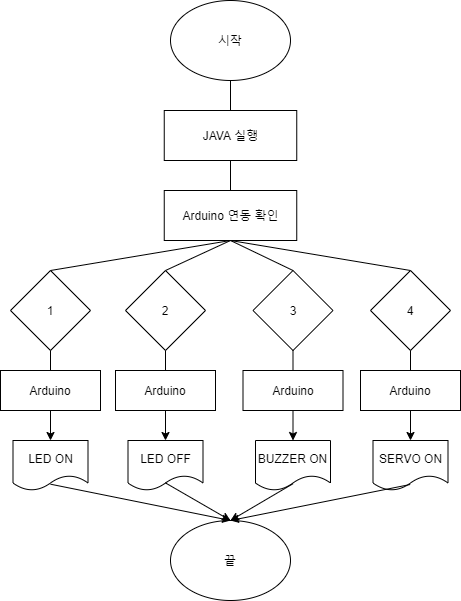
Earlier version of the draw.io export 포트폴리오/Java/Arduino/알고리즘/Untitled Diagram_Arduino.png (galaxy-light/201126-210604). Source tidied: cells renumbered, new cells last; positions are measured from the earlier drawing's top-left corner, leaving out a move shared by most shapes.
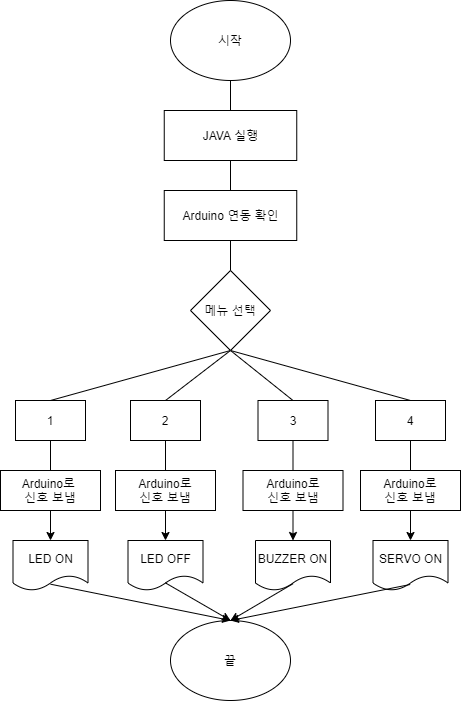
Later version of the same file.

Change to the diagram source:
```diff
@@ -3,26 +3,14 @@
     <mxCell id="0" />
     <mxCell id="1" parent="0" />
     <mxCell id="2" value="시작" style="ellipse;whiteSpace=wrap;html=1;" parent="1" vertex="1">
-      <mxGeometry x="170" width="120" height="80" as="geometry" />
+      <mxGeometry x="170" y="-100" width="120" height="80" as="geometry" />
     </mxCell>
     <mxCell id="3" value="끝" style="ellipse;whiteSpace=wrap;html=1;" parent="1" vertex="1">
       <mxGeometry x="170" y="520" width="120" height="80" as="geometry" />
     </mxCell>
-    <mxCell id="4" value="1" style="rhombus;whiteSpace=wrap;html=1;" parent="1" vertex="1">
-      <mxGeometry x="10" y="270" width="80" height="80" as="geometry" />
-    </mxCell>
     <mxCell id="5" value="&lt;span&gt;Arduino 연동 확인&lt;/span&gt;" style="rounded=0;whiteSpace=wrap;html=1;" parent="1" vertex="1">
-      <mxGeometry x="163.8" y="190" width="132.5" height="50" as="geometry" />
+      <mxGeometry x="163.8" y="90" width="132.5" height="50" as="geometry" />
     </mxCell>
-    <mxCell id="6" value="2" style="rhombus;whiteSpace=wrap;html=1;" parent="1" vertex="1">
-      <mxGeometry x="125" y="270" width="80" height="80" as="geometry" />
-    </mxCell>
-    <mxCell id="7" value="3" style="rhombus;whiteSpace=wrap;html=1;" parent="1" vertex="1">
-      <mxGeometry x="252.5" y="270" width="80" height="80" as="geometry" />
-    </mxCell>
-    <mxCell id="8" value="4" style="rhombus;whiteSpace=wrap;html=1;" parent="1" vertex="1">
-      <mxGeometry x="370" y="270" width="80" height="80" as="geometry" />
-    </mxCell>
     <mxCell id="9" value="&lt;span&gt;LED ON&lt;/span&gt;" style="shape=document;whiteSpace=wrap;html=1;boundedLbl=1;" parent="1" vertex="1">
       <mxGeometry x="12.5" y="440" width="75" height="50" as="geometry" />
     </mxCell>
@@ -38,16 +26,16 @@
     <mxCell id="13" style="endArrow=none;html=1;exitX=0.5;exitY=0;exitDx=0;exitDy=0;entryX=0.5;entryY=1;entryDx=0;entryDy=0;" parent="1" edge="1" source="5" target="30">
       <mxGeometry relative="1" as="geometry" />
     </mxCell>
-    <mxCell id="14" style="endArrow=none;html=1;exitX=0.5;exitY=1;exitDx=0;exitDy=0;entryX=0.5;entryY=0;entryDx=0;entryDy=0;" parent="1" edge="1" source="5" target="4">
+    <mxCell id="14" style="endArrow=none;html=1;entryX=0.5;entryY=0;entryDx=0;entryDy=0;exitX=0.5;exitY=1;exitDx=0;exitDy=0;" parent="1" edge="1" source="36" target="4">
       <mxGeometry relative="1" as="geometry" />
     </mxCell>
-    <mxCell id="15" style="endArrow=none;html=1;entryX=0.5;entryY=0;entryDx=0;entryDy=0;exitX=0.5;exitY=1;exitDx=0;exitDy=0;" parent="1" edge="1" source="5" target="6">
+    <mxCell id="15" style="endArrow=none;html=1;entryX=0.5;entryY=0;entryDx=0;entryDy=0;exitX=0.5;exitY=1;exitDx=0;exitDy=0;" parent="1" edge="1" source="36" target="6">
       <mxGeometry relative="1" as="geometry" />
     </mxCell>
-    <mxCell id="16" style="endArrow=none;html=1;entryX=0.5;entryY=0;entryDx=0;entryDy=0;exitX=0.5;exitY=1;exitDx=0;exitDy=0;" parent="1" edge="1" source="5" target="7">
+    <mxCell id="16" style="endArrow=none;html=1;entryX=0.5;entryY=0;entryDx=0;entryDy=0;exitX=0.5;exitY=1;exitDx=0;exitDy=0;" parent="1" edge="1" source="36" target="7">
       <mxGeometry relative="1" as="geometry" />
     </mxCell>
-    <mxCell id="17" style="endArrow=none;html=1;entryX=0.5;entryY=0;entryDx=0;entryDy=0;exitX=0.5;exitY=1;exitDx=0;exitDy=0;" parent="1" edge="1" source="5" target="8">
+    <mxCell id="17" style="endArrow=none;html=1;entryX=0.5;entryY=1;entryDx=0;entryDy=0;exitX=0.5;exitY=0;exitDx=0;exitDy=0;" parent="1" edge="1" source="8" target="36">
       <mxGeometry relative="1" as="geometry" />
     </mxCell>
     <mxCell id="18" style="endArrow=classic;html=1;entryX=0.5;entryY=0;entryDx=0;entryDy=0;exitX=0.5;exitY=1;exitDx=0;exitDy=0;" parent="1" edge="1" source="29" target="9">
@@ -74,20 +62,20 @@
     <mxCell id="25" style="endArrow=classic;html=1;entryX=0.5;entryY=0;entryDx=0;entryDy=0;exitX=0.496;exitY=0.88;exitDx=0;exitDy=0;exitPerimeter=0;" parent="1" edge="1" source="12" target="3">
       <mxGeometry relative="1" as="geometry" />
     </mxCell>
-    <mxCell id="26" value="Arduino" style="rounded=0;whiteSpace=wrap;html=1;" parent="1" vertex="1">
+    <mxCell id="26" value="Arduino로&lt;br&gt;신호 보냄" style="rounded=0;whiteSpace=wrap;html=1;" parent="1" vertex="1">
       <mxGeometry x="360" y="370" width="100" height="40" as="geometry" />
     </mxCell>
-    <mxCell id="27" value="Arduino" style="rounded=0;whiteSpace=wrap;html=1;" parent="1" vertex="1">
+    <mxCell id="27" value="Arduino로&lt;br&gt;신호 보냄" style="rounded=0;whiteSpace=wrap;html=1;" parent="1" vertex="1">
       <mxGeometry x="242.5" y="370" width="100" height="40" as="geometry" />
     </mxCell>
-    <mxCell id="28" value="Arduino" style="rounded=0;whiteSpace=wrap;html=1;" parent="1" vertex="1">
+    <mxCell id="28" value="Arduino로&lt;br&gt;신호 보냄" style="rounded=0;whiteSpace=wrap;html=1;" parent="1" vertex="1">
       <mxGeometry x="115" y="370" width="100" height="40" as="geometry" />
     </mxCell>
-    <mxCell id="29" value="Arduino" style="rounded=0;whiteSpace=wrap;html=1;" parent="1" vertex="1">
+    <mxCell id="29" value="Arduino로 &lt;br&gt;신호 보냄" style="rounded=0;whiteSpace=wrap;html=1;" parent="1" vertex="1">
       <mxGeometry y="370" width="100" height="40" as="geometry" />
     </mxCell>
     <mxCell id="30" value="JAVA 실행&lt;span style=&quot;color: rgba(0 , 0 , 0 , 0) ; font-family: monospace ; font-size: 0px&quot;&gt;%3CmxGraphModel%3E%3Croot%3E%3CmxCell%20id%3D%220%22%2F%3E%3CmxCell%20id%3D%221%22%20parent%3D%220%22%2F%3E%3CmxCell%20id%3D%222%22%20value%3D%22JAVA%20%EC%BD%94%EB%93%9C%20%EA%B5%AC%ED%98%84%22%20style%3D%22rounded%3D0%3BwhiteSpace%3Dwrap%3Bhtml%3D1%3B%22%20vertex%3D%221%22%20parent%3D%221%22%3E%3CmxGeometry%20x%3D%2267.5%22%20y%3D%22420%22%20width%3D%22175%22%20height%3D%2250%22%20as%3D%22geometry%22%2F%3E%3C%2FmxCell%3E%3C%2Froot%3E%3C%2FmxGraphModel%3E&amp;nbsp;&lt;/span&gt;" style="rounded=0;whiteSpace=wrap;html=1;" parent="1" vertex="1">
-      <mxGeometry x="163.8" y="110" width="132.5" height="50" as="geometry" />
+      <mxGeometry x="163.8" y="10" width="132.5" height="50" as="geometry" />
     </mxCell>
     <mxCell id="31" style="endArrow=none;html=1;exitX=0.5;exitY=0;exitDx=0;exitDy=0;entryX=0.5;entryY=1;entryDx=0;entryDy=0;" parent="1" edge="1" source="30" target="2">
       <mxGeometry relative="1" as="geometry" />
@@ -104,5 +92,23 @@
     <mxCell id="35" style="endArrow=none;html=1;entryX=0.5;entryY=1;entryDx=0;entryDy=0;" parent="1" edge="1" source="26" target="8">
       <mxGeometry relative="1" as="geometry" />
     </mxCell>
+    <mxCell id="36" value="메뉴 선택" style="rhombus;whiteSpace=wrap;html=1;" parent="1" vertex="1">
+      <mxGeometry x="190" y="170" width="80" height="80" as="geometry" />
+    </mxCell>
+    <mxCell id="37" style="endArrow=none;html=1;entryX=0.5;entryY=0;entryDx=0;entryDy=0;exitX=0.5;exitY=1;exitDx=0;exitDy=0;" parent="1" edge="1" source="5" target="36">
+      <mxGeometry relative="1" as="geometry" />
+    </mxCell>
+    <mxCell id="4" value="1" style="rounded=0;whiteSpace=wrap;html=1;" parent="1" vertex="1">
+      <mxGeometry x="15" y="300" width="70" height="40" as="geometry" />
+    </mxCell>
+    <mxCell id="6" value="2" style="rounded=0;whiteSpace=wrap;html=1;" parent="1" vertex="1">
+      <mxGeometry x="130" y="300" width="70" height="40" as="geometry" />
+    </mxCell>
+    <mxCell id="7" value="3" style="rounded=0;whiteSpace=wrap;html=1;" parent="1" vertex="1">
+      <mxGeometry x="257.5" y="300" width="70" height="40" as="geometry" />
+    </mxCell>
+    <mxCell id="8" value="4" style="rounded=0;whiteSpace=wrap;html=1;" parent="1" vertex="1">
+      <mxGeometry x="375" y="300" width="70" height="40" as="geometry" />
+    </mxCell>
   </root>
 </mxGraphModel>
```
